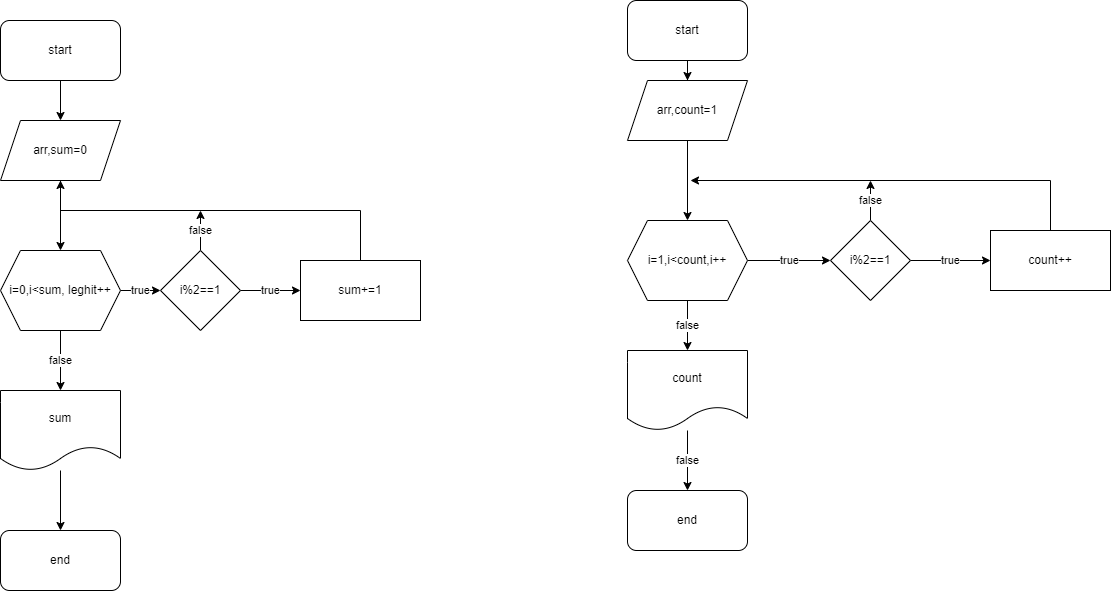
This is l.png from abraham2212/algorit2, a draw.io export, as it was before one commit. Source tidied: cells renumbered, new cells last; positions are measured from the earlier drawing's top-left corner, leaving out a move shared by most shapes. Source of this version:
```xml
<mxGraphModel>
  <root>
    <mxCell id="0" />
    <mxCell id="1" parent="0" />
    <mxCell id="2" style="edgeStyle=orthogonalEdgeStyle;rounded=0;jettySize=auto;html=1;" parent="1" edge="1" source="3" target="5">
      <mxGeometry relative="1" as="geometry" />
    </mxCell>
    <mxCell id="3" value="start" style="rounded=1;whiteSpace=wrap;html=1;" parent="1" vertex="1">
      <mxGeometry y="20" width="120" height="60" as="geometry" />
    </mxCell>
    <mxCell id="4" style="edgeStyle=orthogonalEdgeStyle;rounded=0;jettySize=auto;html=1;" parent="1" edge="1" source="5" target="8">
      <mxGeometry relative="1" as="geometry" />
    </mxCell>
    <mxCell id="5" value="arr,sum=0" style="shape=parallelogram;perimeter=parallelogramPerimeter;whiteSpace=wrap;html=1;fixedSize=1;" parent="1" vertex="1">
      <mxGeometry y="120" width="120" height="60" as="geometry" />
    </mxCell>
    <mxCell id="6" value="false" style="edgeStyle=orthogonalEdgeStyle;rounded=0;jettySize=auto;html=1;" parent="1" edge="1" source="8" target="10">
      <mxGeometry relative="1" as="geometry" />
    </mxCell>
    <mxCell id="7" value="true" style="edgeStyle=orthogonalEdgeStyle;rounded=0;jettySize=auto;html=1;" parent="1" edge="1" source="8" target="13">
      <mxGeometry relative="1" as="geometry" />
    </mxCell>
    <mxCell id="8" value="i=0,i&amp;lt;sum, leghit++" style="shape=hexagon;perimeter=hexagonPerimeter2;whiteSpace=wrap;html=1;fixedSize=1;" parent="1" vertex="1">
      <mxGeometry y="250" width="120" height="80" as="geometry" />
    </mxCell>
    <mxCell id="9" style="edgeStyle=orthogonalEdgeStyle;rounded=0;jettySize=auto;html=1;" parent="1" edge="1" source="10" target="16">
      <mxGeometry relative="1" as="geometry" />
    </mxCell>
    <mxCell id="10" value="sum" style="shape=document;whiteSpace=wrap;html=1;boundedLbl=1;" parent="1" vertex="1">
      <mxGeometry y="390" width="120" height="80" as="geometry" />
    </mxCell>
    <mxCell id="11" value="true" style="edgeStyle=orthogonalEdgeStyle;rounded=0;jettySize=auto;html=1;" parent="1" edge="1" source="13" target="15">
      <mxGeometry relative="1" as="geometry" />
    </mxCell>
    <mxCell id="12" value="false" style="edgeStyle=orthogonalEdgeStyle;rounded=0;jettySize=auto;html=1;" parent="1" edge="1" source="13">
      <mxGeometry relative="1" as="geometry">
        <mxPoint x="200" y="210" as="targetPoint" />
        <Array as="points">
          <mxPoint x="200" y="210" />
          <mxPoint x="200" y="210" />
        </Array>
      </mxGeometry>
    </mxCell>
    <mxCell id="13" value="i%2==1" style="rhombus;whiteSpace=wrap;html=1;" parent="1" vertex="1">
      <mxGeometry x="160" y="250" width="80" height="80" as="geometry" />
    </mxCell>
    <mxCell id="14" style="edgeStyle=orthogonalEdgeStyle;rounded=0;jettySize=auto;html=1;" parent="1" edge="1" source="15" target="5">
      <mxGeometry relative="1" as="geometry">
        <Array as="points">
          <mxPoint x="360" y="210" />
          <mxPoint x="60" y="210" />
        </Array>
      </mxGeometry>
    </mxCell>
    <mxCell id="15" value="sum+=1" style="rounded=0;whiteSpace=wrap;html=1;" parent="1" vertex="1">
      <mxGeometry x="300" y="260" width="120" height="60" as="geometry" />
    </mxCell>
    <mxCell id="16" value="end" style="rounded=1;whiteSpace=wrap;html=1;" parent="1" vertex="1">
      <mxGeometry y="530" width="120" height="60" as="geometry" />
    </mxCell>
    <mxCell id="17" style="edgeStyle=orthogonalEdgeStyle;rounded=0;jettySize=auto;html=1;" parent="1" edge="1" source="18" target="20">
      <mxGeometry relative="1" as="geometry" />
    </mxCell>
    <mxCell id="18" value="start" style="rounded=1;whiteSpace=wrap;html=1;" parent="1" vertex="1">
      <mxGeometry x="627" width="120" height="60" as="geometry" />
    </mxCell>
    <mxCell id="19" style="edgeStyle=orthogonalEdgeStyle;rounded=0;jettySize=auto;html=1;" parent="1" edge="1" source="20" target="23">
      <mxGeometry relative="1" as="geometry" />
    </mxCell>
    <mxCell id="20" value="arr,count=1" style="shape=parallelogram;perimeter=parallelogramPerimeter;whiteSpace=wrap;html=1;fixedSize=1;" parent="1" vertex="1">
      <mxGeometry x="627" y="80" width="120" height="60" as="geometry" />
    </mxCell>
    <mxCell id="21" value="false" style="edgeStyle=orthogonalEdgeStyle;rounded=0;jettySize=auto;html=1;" parent="1" edge="1" source="23" target="25">
      <mxGeometry relative="1" as="geometry" />
    </mxCell>
    <mxCell id="22" value="true" style="edgeStyle=orthogonalEdgeStyle;rounded=0;jettySize=auto;html=1;" parent="1" edge="1" source="23" target="28">
      <mxGeometry relative="1" as="geometry" />
    </mxCell>
    <mxCell id="23" value="i=1,i&amp;lt;count,i++" style="shape=hexagon;perimeter=hexagonPerimeter2;whiteSpace=wrap;html=1;fixedSize=1;" parent="1" vertex="1">
      <mxGeometry x="627" y="220" width="120" height="80" as="geometry" />
    </mxCell>
    <mxCell id="24" value="false" style="edgeStyle=orthogonalEdgeStyle;rounded=0;jettySize=auto;html=1;" parent="1" edge="1" source="25" target="31">
      <mxGeometry relative="1" as="geometry" />
    </mxCell>
    <mxCell id="25" value="count" style="shape=document;whiteSpace=wrap;html=1;boundedLbl=1;" parent="1" vertex="1">
      <mxGeometry x="627" y="350" width="120" height="80" as="geometry" />
    </mxCell>
    <mxCell id="26" value="true" style="edgeStyle=orthogonalEdgeStyle;rounded=0;jettySize=auto;html=1;" parent="1" edge="1" source="28" target="30">
      <mxGeometry relative="1" as="geometry" />
    </mxCell>
    <mxCell id="27" value="false" style="edgeStyle=orthogonalEdgeStyle;rounded=0;jettySize=auto;html=1;" parent="1" edge="1" source="28">
      <mxGeometry relative="1" as="geometry">
        <mxPoint x="870" y="180" as="targetPoint" />
      </mxGeometry>
    </mxCell>
    <mxCell id="28" value="i%2==1" style="rhombus;whiteSpace=wrap;html=1;" parent="1" vertex="1">
      <mxGeometry x="830" y="220" width="80" height="80" as="geometry" />
    </mxCell>
    <mxCell id="29" style="edgeStyle=orthogonalEdgeStyle;rounded=0;jettySize=auto;html=1;" parent="1" edge="1" source="30">
      <mxGeometry relative="1" as="geometry">
        <mxPoint x="690" y="180" as="targetPoint" />
        <Array as="points">
          <mxPoint x="1050" y="180" />
        </Array>
      </mxGeometry>
    </mxCell>
    <mxCell id="30" value="count++" style="rounded=0;whiteSpace=wrap;html=1;" parent="1" vertex="1">
      <mxGeometry x="990" y="230" width="120" height="60" as="geometry" />
    </mxCell>
    <mxCell id="31" value="end" style="rounded=1;whiteSpace=wrap;html=1;" parent="1" vertex="1">
      <mxGeometry x="627" y="490" width="120" height="60" as="geometry" />
    </mxCell>
  </root>
</mxGraphModel>
```
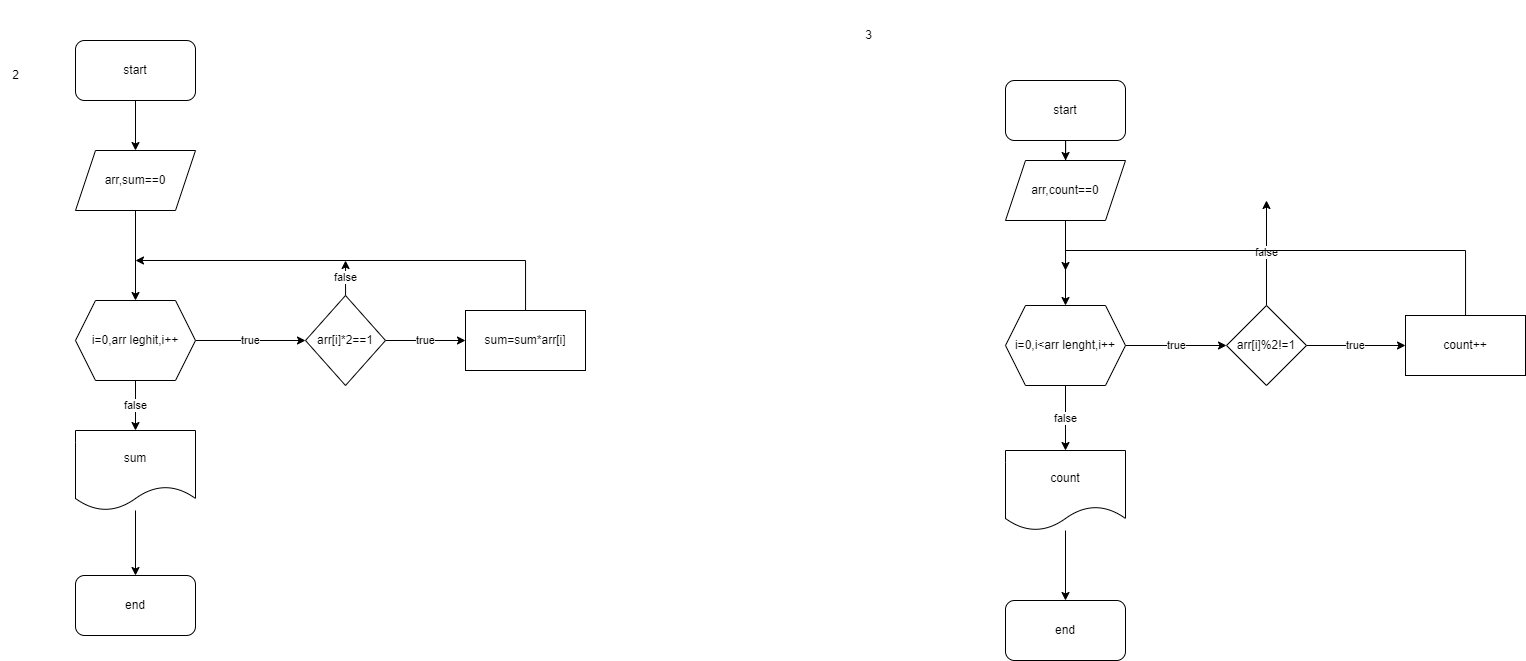
After the change.

Change to the diagram source:
```diff
@@ -2,113 +2,120 @@
   <root>
     <mxCell id="0" />
     <mxCell id="1" parent="0" />
-    <mxCell id="2" style="edgeStyle=orthogonalEdgeStyle;rounded=0;jettySize=auto;html=1;" parent="1" edge="1" source="3" target="5">
-      <mxGeometry relative="1" as="geometry" />
-    </mxCell>
-    <mxCell id="3" value="start" style="rounded=1;whiteSpace=wrap;html=1;" parent="1" vertex="1">
-      <mxGeometry y="20" width="120" height="60" as="geometry" />
-    </mxCell>
-    <mxCell id="4" style="edgeStyle=orthogonalEdgeStyle;rounded=0;jettySize=auto;html=1;" parent="1" edge="1" source="5" target="8">
-      <mxGeometry relative="1" as="geometry" />
-    </mxCell>
-    <mxCell id="5" value="arr,sum=0" style="shape=parallelogram;perimeter=parallelogramPerimeter;whiteSpace=wrap;html=1;fixedSize=1;" parent="1" vertex="1">
-      <mxGeometry y="120" width="120" height="60" as="geometry" />
-    </mxCell>
-    <mxCell id="6" value="false" style="edgeStyle=orthogonalEdgeStyle;rounded=0;jettySize=auto;html=1;" parent="1" edge="1" source="8" target="10">
-      <mxGeometry relative="1" as="geometry" />
-    </mxCell>
-    <mxCell id="7" value="true" style="edgeStyle=orthogonalEdgeStyle;rounded=0;jettySize=auto;html=1;" parent="1" edge="1" source="8" target="13">
-      <mxGeometry relative="1" as="geometry" />
-    </mxCell>
-    <mxCell id="8" value="i=0,i&amp;lt;sum, leghit++" style="shape=hexagon;perimeter=hexagonPerimeter2;whiteSpace=wrap;html=1;fixedSize=1;" parent="1" vertex="1">
-      <mxGeometry y="250" width="120" height="80" as="geometry" />
-    </mxCell>
-    <mxCell id="9" style="edgeStyle=orthogonalEdgeStyle;rounded=0;jettySize=auto;html=1;" parent="1" edge="1" source="10" target="16">
-      <mxGeometry relative="1" as="geometry" />
-    </mxCell>
+    <mxCell id="32" style="edgeStyle=orthogonalEdgeStyle;rounded=0;jettySize=auto;html=1;" parent="1" edge="1" source="33" target="36">
+      <mxGeometry relative="1" as="geometry" />
+    </mxCell>
+    <mxCell id="33" value="start" style="rounded=1;whiteSpace=wrap;html=1;" parent="1" vertex="1">
+      <mxGeometry x="10" y="-30" width="120" height="60" as="geometry" />
+    </mxCell>
+    <mxCell id="34" value="2" style="text;html=1;align=center;verticalAlign=middle;strokeColor=none;fillColor=none;" parent="1" vertex="1">
+      <mxGeometry x="-65" y="-10" width="30" height="30" as="geometry" />
+    </mxCell>
+    <mxCell id="35" style="edgeStyle=orthogonalEdgeStyle;rounded=0;jettySize=auto;html=1;" parent="1" edge="1" source="36" target="39">
+      <mxGeometry relative="1" as="geometry" />
+    </mxCell>
+    <mxCell id="36" value="arr,sum==0" style="shape=parallelogram;perimeter=parallelogramPerimeter;whiteSpace=wrap;html=1;fixedSize=1;" parent="1" vertex="1">
+      <mxGeometry x="10" y="80" width="120" height="60" as="geometry" />
+    </mxCell>
+    <mxCell id="37" value="true" style="edgeStyle=orthogonalEdgeStyle;rounded=0;jettySize=auto;html=1;" parent="1" edge="1" source="39" target="42">
+      <mxGeometry relative="1" as="geometry" />
+    </mxCell>
+    <mxCell id="38" value="false" style="edgeStyle=orthogonalEdgeStyle;rounded=0;jettySize=auto;html=1;" parent="1" edge="1" source="39" target="10">
+      <mxGeometry relative="1" as="geometry" />
+    </mxCell>
+    <mxCell id="39" value="i=0,arr leghit,i++" style="shape=hexagon;perimeter=hexagonPerimeter2;whiteSpace=wrap;html=1;fixedSize=1;" parent="1" vertex="1">
+      <mxGeometry x="10" y="230" width="120" height="80" as="geometry" />
+    </mxCell>
+    <mxCell id="40" value="false" style="edgeStyle=orthogonalEdgeStyle;rounded=0;jettySize=auto;html=1;" parent="1" edge="1" source="42">
+      <mxGeometry relative="1" as="geometry">
+        <mxPoint x="280" y="190" as="targetPoint" />
+        <Array as="points">
+          <mxPoint x="280" y="190" />
+          <mxPoint x="280" y="190" />
+        </Array>
+      </mxGeometry>
+    </mxCell>
+    <mxCell id="41" value="true" style="edgeStyle=orthogonalEdgeStyle;rounded=0;jettySize=auto;html=1;" parent="1" edge="1" source="42" target="44">
+      <mxGeometry relative="1" as="geometry" />
+    </mxCell>
+    <mxCell id="42" value="arr[i]*2==1" style="rhombus;whiteSpace=wrap;html=1;" parent="1" vertex="1">
+      <mxGeometry x="240" y="225" width="80" height="90" as="geometry" />
+    </mxCell>
+    <mxCell id="43" style="edgeStyle=orthogonalEdgeStyle;rounded=0;jettySize=auto;html=1;" parent="1" edge="1" source="44">
+      <mxGeometry relative="1" as="geometry">
+        <mxPoint x="70" y="190" as="targetPoint" />
+        <Array as="points">
+          <mxPoint x="460" y="190" />
+        </Array>
+      </mxGeometry>
+    </mxCell>
+    <mxCell id="44" value="sum=sum*arr[i]" style="rounded=0;whiteSpace=wrap;html=1;" parent="1" vertex="1">
+      <mxGeometry x="400" y="240" width="120" height="60" as="geometry" />
+    </mxCell>
+    <mxCell id="45" style="edgeStyle=orthogonalEdgeStyle;rounded=0;jettySize=auto;html=1;" parent="1" edge="1" source="10" target="60">
+      <mxGeometry relative="1" as="geometry" />
+    </mxCell>
     <mxCell id="10" value="sum" style="shape=document;whiteSpace=wrap;html=1;boundedLbl=1;" parent="1" vertex="1">
-      <mxGeometry y="390" width="120" height="80" as="geometry" />
+      <mxGeometry x="10" y="360" width="120" height="80" as="geometry" />
     </mxCell>
-    <mxCell id="11" value="true" style="edgeStyle=orthogonalEdgeStyle;rounded=0;jettySize=auto;html=1;" parent="1" edge="1" source="13" target="15">
-      <mxGeometry relative="1" as="geometry" />
-    </mxCell>
-    <mxCell id="12" value="false" style="edgeStyle=orthogonalEdgeStyle;rounded=0;jettySize=auto;html=1;" parent="1" edge="1" source="13">
-      <mxGeometry relative="1" as="geometry">
-        <mxPoint x="200" y="210" as="targetPoint" />
-        <Array as="points">
-          <mxPoint x="200" y="210" />
-          <mxPoint x="200" y="210" />
-        </Array>
-      </mxGeometry>
-    </mxCell>
-    <mxCell id="13" value="i%2==1" style="rhombus;whiteSpace=wrap;html=1;" parent="1" vertex="1">
-      <mxGeometry x="160" y="250" width="80" height="80" as="geometry" />
-    </mxCell>
-    <mxCell id="14" style="edgeStyle=orthogonalEdgeStyle;rounded=0;jettySize=auto;html=1;" parent="1" edge="1" source="15" target="5">
-      <mxGeometry relative="1" as="geometry">
-        <Array as="points">
-          <mxPoint x="360" y="210" />
-          <mxPoint x="60" y="210" />
-        </Array>
-      </mxGeometry>
-    </mxCell>
-    <mxCell id="15" value="sum+=1" style="rounded=0;whiteSpace=wrap;html=1;" parent="1" vertex="1">
-      <mxGeometry x="300" y="260" width="120" height="60" as="geometry" />
-    </mxCell>
-    <mxCell id="16" value="end" style="rounded=1;whiteSpace=wrap;html=1;" parent="1" vertex="1">
-      <mxGeometry y="530" width="120" height="60" as="geometry" />
-    </mxCell>
-    <mxCell id="17" style="edgeStyle=orthogonalEdgeStyle;rounded=0;jettySize=auto;html=1;" parent="1" edge="1" source="18" target="20">
-      <mxGeometry relative="1" as="geometry" />
-    </mxCell>
-    <mxCell id="18" value="start" style="rounded=1;whiteSpace=wrap;html=1;" parent="1" vertex="1">
-      <mxGeometry x="627" width="120" height="60" as="geometry" />
-    </mxCell>
-    <mxCell id="19" style="edgeStyle=orthogonalEdgeStyle;rounded=0;jettySize=auto;html=1;" parent="1" edge="1" source="20" target="23">
-      <mxGeometry relative="1" as="geometry" />
-    </mxCell>
-    <mxCell id="20" value="arr,count=1" style="shape=parallelogram;perimeter=parallelogramPerimeter;whiteSpace=wrap;html=1;fixedSize=1;" parent="1" vertex="1">
-      <mxGeometry x="627" y="80" width="120" height="60" as="geometry" />
-    </mxCell>
-    <mxCell id="21" value="false" style="edgeStyle=orthogonalEdgeStyle;rounded=0;jettySize=auto;html=1;" parent="1" edge="1" source="23" target="25">
-      <mxGeometry relative="1" as="geometry" />
-    </mxCell>
-    <mxCell id="22" value="true" style="edgeStyle=orthogonalEdgeStyle;rounded=0;jettySize=auto;html=1;" parent="1" edge="1" source="23" target="28">
-      <mxGeometry relative="1" as="geometry" />
-    </mxCell>
-    <mxCell id="23" value="i=1,i&amp;lt;count,i++" style="shape=hexagon;perimeter=hexagonPerimeter2;whiteSpace=wrap;html=1;fixedSize=1;" parent="1" vertex="1">
-      <mxGeometry x="627" y="220" width="120" height="80" as="geometry" />
-    </mxCell>
-    <mxCell id="24" value="false" style="edgeStyle=orthogonalEdgeStyle;rounded=0;jettySize=auto;html=1;" parent="1" edge="1" source="25" target="31">
-      <mxGeometry relative="1" as="geometry" />
-    </mxCell>
+    <mxCell id="46" value="3" style="text;html=1;strokeColor=none;fillColor=none;align=center;verticalAlign=middle;whiteSpace=wrap;rounded=0;" parent="1" vertex="1">
+      <mxGeometry x="747" y="-70" width="113" height="70" as="geometry" />
+    </mxCell>
+    <mxCell id="47" style="edgeStyle=orthogonalEdgeStyle;rounded=0;jettySize=auto;html=1;" parent="1" edge="1" source="48" target="50">
+      <mxGeometry relative="1" as="geometry" />
+    </mxCell>
+    <mxCell id="48" value="start" style="rounded=1;whiteSpace=wrap;html=1;" parent="1" vertex="1">
+      <mxGeometry x="940" y="10" width="120" height="60" as="geometry" />
+    </mxCell>
+    <mxCell id="49" style="edgeStyle=orthogonalEdgeStyle;rounded=0;jettySize=auto;html=1;" parent="1" edge="1" source="50" target="53">
+      <mxGeometry relative="1" as="geometry" />
+    </mxCell>
+    <mxCell id="50" value="arr,count==0" style="shape=parallelogram;perimeter=parallelogramPerimeter;whiteSpace=wrap;html=1;fixedSize=1;" parent="1" vertex="1">
+      <mxGeometry x="940" y="90" width="120" height="60" as="geometry" />
+    </mxCell>
+    <mxCell id="51" value="true" style="edgeStyle=orthogonalEdgeStyle;rounded=0;jettySize=auto;html=1;" parent="1" edge="1" source="53" target="56">
+      <mxGeometry relative="1" as="geometry" />
+    </mxCell>
+    <mxCell id="52" value="false" style="edgeStyle=orthogonalEdgeStyle;rounded=0;jettySize=auto;html=1;" parent="1" edge="1" source="53" target="25">
+      <mxGeometry relative="1" as="geometry" />
+    </mxCell>
+    <mxCell id="53" value="i=0,i&amp;lt;arr lenght,i++" style="shape=hexagon;perimeter=hexagonPerimeter2;whiteSpace=wrap;html=1;fixedSize=1;" parent="1" vertex="1">
+      <mxGeometry x="940" y="235" width="120" height="80" as="geometry" />
+    </mxCell>
+    <mxCell id="54" value="true" style="edgeStyle=orthogonalEdgeStyle;rounded=0;jettySize=auto;html=1;" parent="1" edge="1" source="56" target="30">
+      <mxGeometry relative="1" as="geometry" />
+    </mxCell>
+    <mxCell id="55" value="false" style="edgeStyle=orthogonalEdgeStyle;rounded=0;jettySize=auto;html=1;" parent="1" edge="1" source="56">
+      <mxGeometry relative="1" as="geometry">
+        <mxPoint x="1201" y="130" as="targetPoint" />
+      </mxGeometry>
+    </mxCell>
+    <mxCell id="56" value="arr[i]%2!=1" style="rhombus;whiteSpace=wrap;html=1;" parent="1" vertex="1">
+      <mxGeometry x="1161" y="235" width="80" height="80" as="geometry" />
+    </mxCell>
+    <mxCell id="57" style="edgeStyle=orthogonalEdgeStyle;rounded=0;jettySize=auto;html=1;" parent="1" edge="1" source="30">
+      <mxGeometry relative="1" as="geometry">
+        <mxPoint x="1000" y="200" as="targetPoint" />
+        <Array as="points">
+          <mxPoint x="1400" y="180" />
+          <mxPoint x="1000" y="180" />
+        </Array>
+      </mxGeometry>
+    </mxCell>
+    <mxCell id="30" value="count++" style="rounded=0;whiteSpace=wrap;html=1;" parent="1" vertex="1">
+      <mxGeometry x="1340" y="245" width="120" height="60" as="geometry" />
+    </mxCell>
+    <mxCell id="58" style="edgeStyle=orthogonalEdgeStyle;rounded=0;jettySize=auto;html=1;" parent="1" edge="1" source="25" target="59">
+      <mxGeometry relative="1" as="geometry" />
+    </mxCell>
     <mxCell id="25" value="count" style="shape=document;whiteSpace=wrap;html=1;boundedLbl=1;" parent="1" vertex="1">
-      <mxGeometry x="627" y="350" width="120" height="80" as="geometry" />
+      <mxGeometry x="940" y="380" width="120" height="80" as="geometry" />
     </mxCell>
-    <mxCell id="26" value="true" style="edgeStyle=orthogonalEdgeStyle;rounded=0;jettySize=auto;html=1;" parent="1" edge="1" source="28" target="30">
-      <mxGeometry relative="1" as="geometry" />
-    </mxCell>
-    <mxCell id="27" value="false" style="edgeStyle=orthogonalEdgeStyle;rounded=0;jettySize=auto;html=1;" parent="1" edge="1" source="28">
-      <mxGeometry relative="1" as="geometry">
-        <mxPoint x="870" y="180" as="targetPoint" />
-      </mxGeometry>
-    </mxCell>
-    <mxCell id="28" value="i%2==1" style="rhombus;whiteSpace=wrap;html=1;" parent="1" vertex="1">
-      <mxGeometry x="830" y="220" width="80" height="80" as="geometry" />
-    </mxCell>
-    <mxCell id="29" style="edgeStyle=orthogonalEdgeStyle;rounded=0;jettySize=auto;html=1;" parent="1" edge="1" source="30">
-      <mxGeometry relative="1" as="geometry">
-        <mxPoint x="690" y="180" as="targetPoint" />
-        <Array as="points">
-          <mxPoint x="1050" y="180" />
-        </Array>
-      </mxGeometry>
-    </mxCell>
-    <mxCell id="30" value="count++" style="rounded=0;whiteSpace=wrap;html=1;" parent="1" vertex="1">
-      <mxGeometry x="990" y="230" width="120" height="60" as="geometry" />
-    </mxCell>
-    <mxCell id="31" value="end" style="rounded=1;whiteSpace=wrap;html=1;" parent="1" vertex="1">
-      <mxGeometry x="627" y="490" width="120" height="60" as="geometry" />
-    </mxCell>
+    <mxCell id="59" value="end" style="rounded=1;whiteSpace=wrap;html=1;" parent="1" vertex="1">
+      <mxGeometry x="940" y="530" width="120" height="60" as="geometry" />
+    </mxCell>
+    <mxCell id="60" value="end" style="rounded=1;whiteSpace=wrap;html=1;" parent="1" vertex="1">
+      <mxGeometry x="10" y="505" width="120" height="60" as="geometry" />
+    </mxCell>
   </root>
 </mxGraphModel>
```
